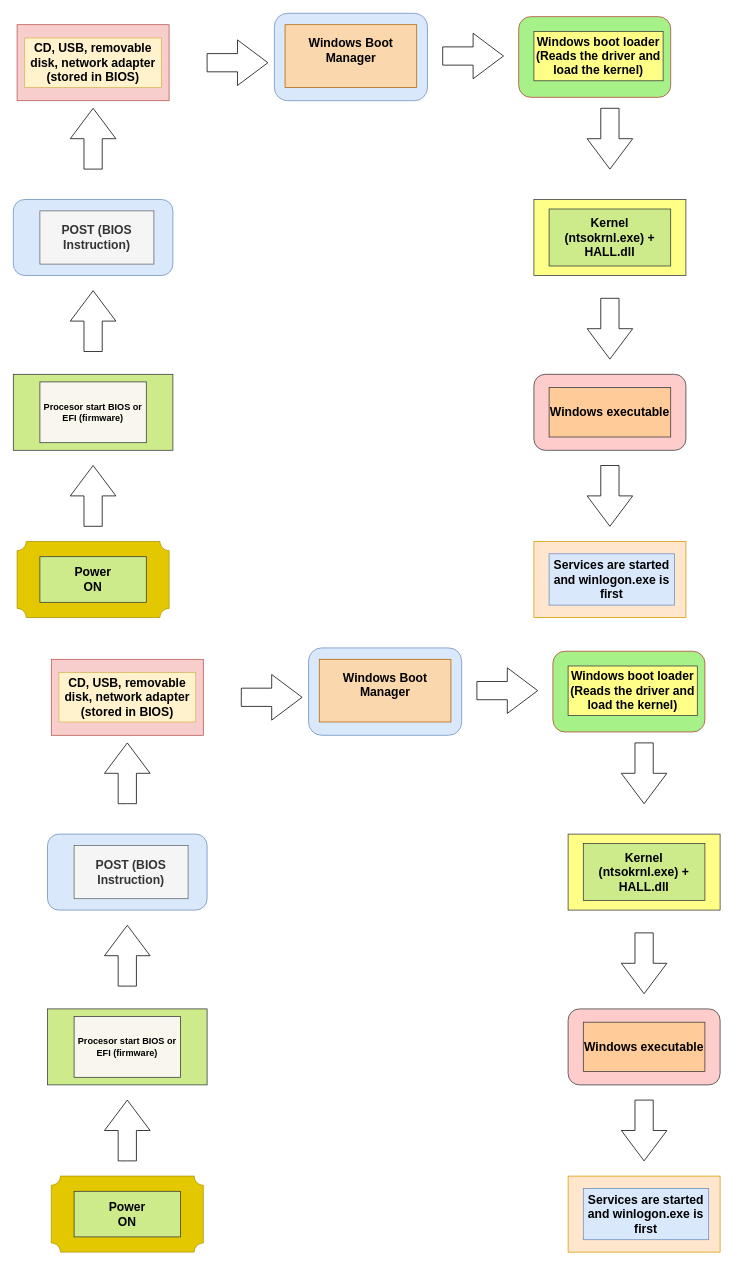
Above: Diagram Tanpa Judul.drawio in febiana0/SysOP24-3123521013 (draw.io), before the change. Source tidied: cells renumbered, new cells numbered last; positions are measured from the earlier drawing's top-left corner, leaving out a move shared by most shapes. Both pictures are drawn from the tidied source at 76%, with x=0, y=0 at pixel (13, 13).
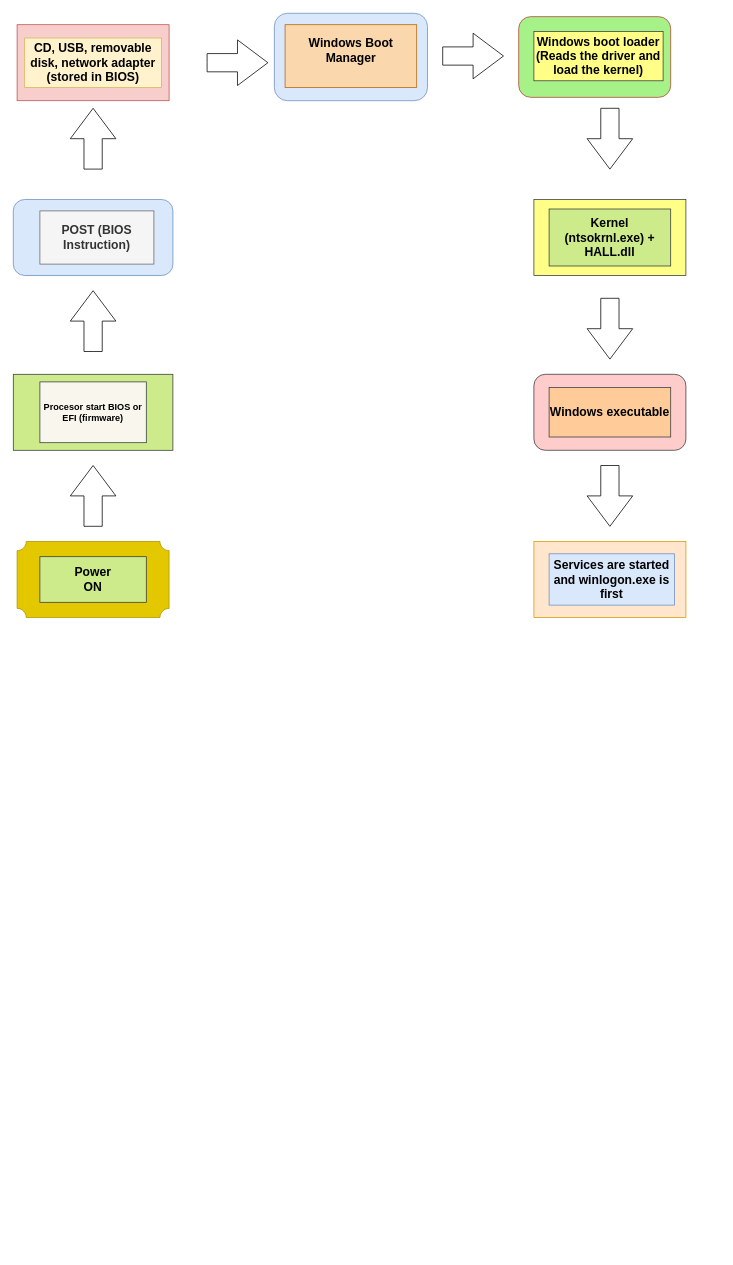
The same diagram, later.

What changed in the source:
```diff
@@
-    <mxCell id="28" style="verticalLabelPosition=bottom;verticalAlign=top;html=1;shape=mxgraph.basic.plaque;dx=6;whiteSpace=wrap;fillColor=#e3c800;strokeColor=#B09500;fontColor=#000000;" parent="1" vertex="1">
-      <mxGeometry x="50" y="1530" width="200" height="100" as="geometry" />
-    </mxCell>
-    <mxCell id="29" value="&lt;h5 style=&quot;font-size: 16px;&quot;&gt;&lt;font face=&quot;Helvetica&quot;&gt;&lt;font style=&quot;font-size: 16px;&quot;&gt;Power&lt;br&gt;&lt;/font&gt;&lt;font style=&quot;font-size: 16px;&quot;&gt;ON&lt;/font&gt;&lt;/font&gt;&lt;/h5&gt;" style="text;html=1;align=center;verticalAlign=middle;whiteSpace=wrap;rounded=0;fillColor=#cdeb8b;strokeColor=#36393d;fontFamily=Georgia;" parent="1" vertex="1">
-      <mxGeometry x="80" y="1550" width="140" height="60" as="geometry" />
-    </mxCell>
-    <mxCell id="30" style="html=1;shadow=0;dashed=0;align=center;verticalAlign=middle;shape=mxgraph.arrows2.arrow;dy=0.6;dx=40;notch=0;rotation=-90;" parent="1" vertex="1">
-      <mxGeometry x="110" y="1440" width="80" height="60" as="geometry" />
-    </mxCell>
-    <mxCell id="31" style="rounded=0;whiteSpace=wrap;html=1;fillColor=#cdeb8b;strokeColor=#36393d;" parent="1" vertex="1">
-      <mxGeometry x="45" y="1310" width="210" height="100" as="geometry" />
-    </mxCell>
-    <mxCell id="32" value="&lt;h4&gt;Procesor start BIOS or EFI (firmware)&lt;/h4&gt;" style="text;html=1;align=center;verticalAlign=middle;whiteSpace=wrap;rounded=0;fillColor=#f9f7ed;strokeColor=#36393d;" parent="1" vertex="1">
-      <mxGeometry x="80" y="1320" width="140" height="80" as="geometry" />
-    </mxCell>
-    <mxCell id="33" style="html=1;shadow=0;dashed=0;align=center;verticalAlign=middle;shape=mxgraph.arrows2.arrow;dy=0.6;dx=40;notch=0;rotation=-90;" parent="1" vertex="1">
-      <mxGeometry x="110" y="1210" width="80" height="60" as="geometry" />
-    </mxCell>
-    <mxCell id="34" style="rounded=1;whiteSpace=wrap;html=1;fillColor=#dae8fc;strokeColor=#6c8ebf;" parent="1" vertex="1">
-      <mxGeometry x="45" y="1080" width="210" height="100" as="geometry" />
-    </mxCell>
-    <mxCell id="35" value="&lt;h4&gt;&lt;font style=&quot;font-size: 16px;&quot;&gt;POST (BIOS Instruction)&lt;/font&gt;&lt;/h4&gt;" style="text;html=1;align=center;verticalAlign=middle;whiteSpace=wrap;rounded=0;fillColor=#f5f5f5;fontColor=#333333;strokeColor=#666666;" parent="1" vertex="1">
-      <mxGeometry x="80" y="1095" width="150" height="70" as="geometry" />
-    </mxCell>
-    <mxCell id="36" style="html=1;shadow=0;dashed=0;align=center;verticalAlign=middle;shape=mxgraph.arrows2.arrow;dy=0.6;dx=40;notch=0;rotation=-90;" parent="1" vertex="1">
-      <mxGeometry x="110" y="970" width="80" height="60" as="geometry" />
-    </mxCell>
-    <mxCell id="37" style="rounded=0;whiteSpace=wrap;html=1;fillColor=#f8cecc;strokeColor=#b85450;" parent="1" vertex="1">
-      <mxGeometry x="50" y="850" width="200" height="100" as="geometry" />
-    </mxCell>
-    <mxCell id="38" value="&lt;h4&gt;&lt;font style=&quot;font-size: 16px;&quot;&gt;CD, USB, removable disk, network adapter (stored in BIOS)&lt;/font&gt;&lt;/h4&gt;" style="text;html=1;align=center;verticalAlign=middle;whiteSpace=wrap;rounded=0;fillColor=#fff2cc;strokeColor=#d6b656;" parent="1" vertex="1">
-      <mxGeometry x="60" y="867.5" width="180" height="65" as="geometry" />
-    </mxCell>
-    <mxCell id="39" style="html=1;shadow=0;dashed=0;align=center;verticalAlign=middle;shape=mxgraph.arrows2.arrow;dy=0.6;dx=40;notch=0;rotation=0;" parent="1" vertex="1">
-      <mxGeometry x="300" y="870" width="80" height="60" as="geometry" />
-    </mxCell>
-    <mxCell id="40" style="rounded=1;whiteSpace=wrap;html=1;fillColor=#dae8fc;strokeColor=#6c8ebf;" parent="1" vertex="1">
-      <mxGeometry x="388.5" y="835" width="201.5" height="115" as="geometry" />
-    </mxCell>
-    <mxCell id="41" value="&lt;h4&gt;&lt;font style=&quot;font-size: 16px;&quot;&gt;Windows Boot Manager&lt;/font&gt;&lt;/h4&gt;&lt;div&gt;&lt;br&gt;&lt;/div&gt;" style="text;html=1;align=center;verticalAlign=middle;whiteSpace=wrap;rounded=0;fillColor=#fad7ac;strokeColor=#b46504;" parent="1" vertex="1">
-      <mxGeometry x="402.6" y="850" width="173.2" height="82.5" as="geometry" />
-    </mxCell>
-    <mxCell id="42" style="html=1;shadow=0;dashed=0;align=center;verticalAlign=middle;shape=mxgraph.arrows2.arrow;dy=0.6;dx=40;notch=0;rotation=0;" parent="1" vertex="1">
-      <mxGeometry x="610" y="861.2" width="80" height="60" as="geometry" />
-    </mxCell>
-    <mxCell id="43" style="rounded=1;whiteSpace=wrap;html=1;fillColor=#A7F288;strokeColor=#ae4132;" parent="1" vertex="1">
-      <mxGeometry x="710" y="839.4" width="200" height="106.2" as="geometry" />
-    </mxCell>
-    <mxCell id="44" value="&lt;h4&gt;&lt;font style=&quot;font-size: 16px;&quot;&gt;Windows boot loader (Reads the driver and load the kernel)&lt;/font&gt;&lt;/h4&gt;" style="text;html=1;align=center;verticalAlign=middle;whiteSpace=wrap;rounded=0;fillColor=#ffff88;strokeColor=#36393d;" parent="1" vertex="1">
-      <mxGeometry x="730" y="858.8" width="170" height="65" as="geometry" />
-    </mxCell>
-    <mxCell id="45" style="html=1;shadow=0;dashed=0;align=center;verticalAlign=middle;shape=mxgraph.arrows2.arrow;dy=0.6;dx=40;notch=0;rotation=90;" parent="1" vertex="1">
-      <mxGeometry x="790" y="970" width="80" height="60" as="geometry" />
-    </mxCell>
-    <mxCell id="46" style="rounded=0;whiteSpace=wrap;html=1;fillColor=#ffff88;strokeColor=#36393d;" parent="1" vertex="1">
-      <mxGeometry x="730" y="1080" width="200" height="100" as="geometry" />
-    </mxCell>
-    <mxCell id="47" value="&lt;h4&gt;&lt;font style=&quot;font-size: 16px;&quot;&gt;Kernel (ntsokrnl.exe) + HALL.dll&lt;/font&gt;&lt;/h4&gt;" style="text;html=1;align=center;verticalAlign=middle;whiteSpace=wrap;rounded=0;fillColor=#cdeb8b;strokeColor=#36393d;" parent="1" vertex="1">
-      <mxGeometry x="750" y="1092.5" width="160" height="75" as="geometry" />
-    </mxCell>
-    <mxCell id="48" style="html=1;shadow=0;dashed=0;align=center;verticalAlign=middle;shape=mxgraph.arrows2.arrow;dy=0.6;dx=40;notch=0;rotation=90;" parent="1" vertex="1">
-      <mxGeometry x="790" y="1220" width="80" height="60" as="geometry" />
-    </mxCell>
-    <mxCell id="49" style="rounded=1;whiteSpace=wrap;html=1;fillColor=#ffcccc;strokeColor=#36393d;" parent="1" vertex="1">
-      <mxGeometry x="730" y="1310" width="200" height="100" as="geometry" />
-    </mxCell>
-    <mxCell id="50" value="&lt;h4&gt;&lt;font style=&quot;font-size: 16px;&quot;&gt;Windows executable&lt;/font&gt;&lt;/h4&gt;" style="text;html=1;align=center;verticalAlign=middle;whiteSpace=wrap;rounded=0;fillColor=#ffcc99;strokeColor=#36393d;" parent="1" vertex="1">
-      <mxGeometry x="750" y="1327.5" width="160" height="65" as="geometry" />
-    </mxCell>
-    <mxCell id="51" style="html=1;shadow=0;dashed=0;align=center;verticalAlign=middle;shape=mxgraph.arrows2.arrow;dy=0.6;dx=40;notch=0;rotation=90;" parent="1" vertex="1">
-      <mxGeometry x="790" y="1440" width="80" height="60" as="geometry" />
-    </mxCell>
-    <mxCell id="52" style="rounded=0;whiteSpace=wrap;html=1;fillColor=#ffe6cc;strokeColor=#d79b00;" parent="1" vertex="1">
-      <mxGeometry x="730" y="1530" width="200" height="100" as="geometry" />
-    </mxCell>
-    <mxCell id="53" value="&lt;h4&gt;&lt;font style=&quot;font-size: 16px;&quot;&gt;Services are started and winlogon.exe is first&lt;/font&gt;&lt;/h4&gt;" style="text;html=1;align=center;verticalAlign=middle;whiteSpace=wrap;rounded=0;fillColor=#dae8fc;strokeColor=#6c8ebf;" parent="1" vertex="1">
-      <mxGeometry x="750" y="1546.2" width="165" height="67.5" as="geometry" />
-    </mxCell>
```
